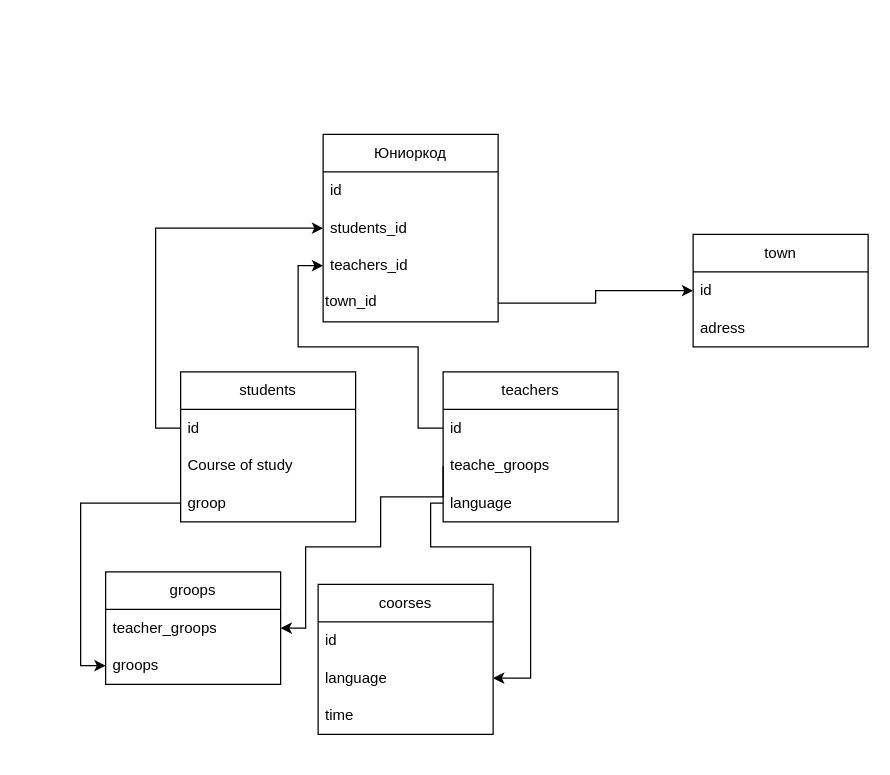
This is Диаграмма без названия.drawio from Zakharrrrr/dzhay, a draw.io file, before an edit. Source tidied: cells renumbered, new cells numbered last; positions are measured from the earlier drawing's top-left corner, leaving out a move shared by most shapes. Both pictures are drawn from the tidied source at 125%, with x=0, y=0 at pixel (105, 134).
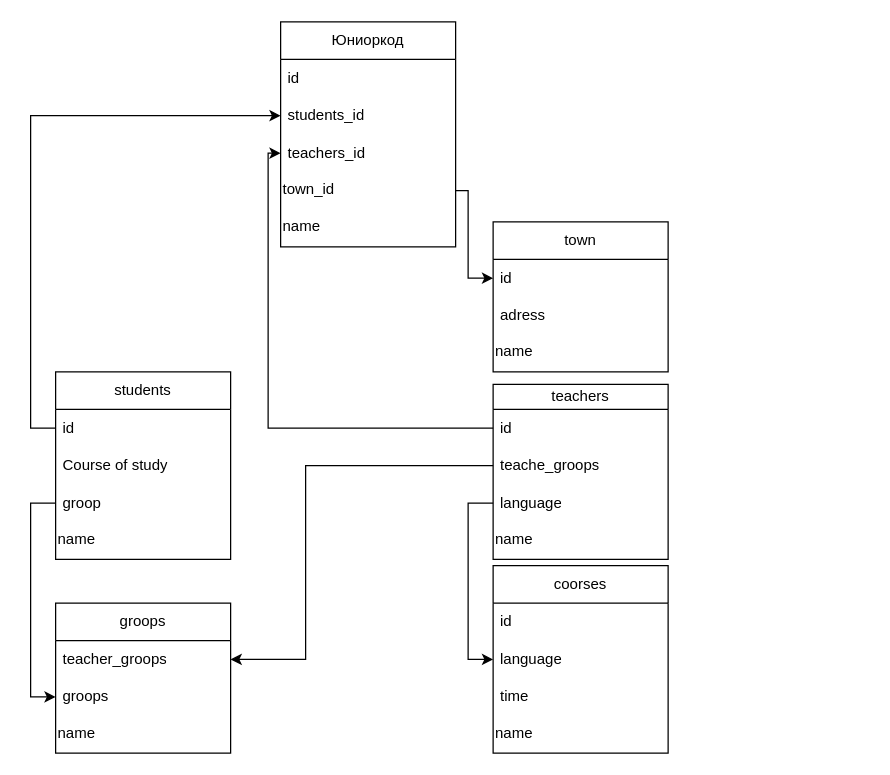
Above is the later version.

Unchanged cells that the change refers to:
```xml
<mxCell id="5" value="teachers_id" style="text;strokeColor=none;fillColor=none;align=left;verticalAlign=middle;spacingLeft=4;spacingRight=4;overflow=hidden;points=[[0,0.5],[1,0.5]];portConstraint=eastwest;whiteSpace=wrap;html=1;" parent="2" vertex="1">
  <mxGeometry y="90" width="140" height="30" as="geometry" />
</mxCell>
<mxCell id="6" value="town_id" style="text;whiteSpace=wrap;html=1;" parent="2" vertex="1">
  <mxGeometry y="120" width="140" height="30" as="geometry" />
</mxCell>
<mxCell id="19" value="language" style="text;strokeColor=none;fillColor=none;align=left;verticalAlign=middle;spacingLeft=4;spacingRight=4;overflow=hidden;points=[[0,0.5],[1,0.5]];portConstraint=eastwest;whiteSpace=wrap;html=1;" parent="17" vertex="1">
  <mxGeometry y="60" width="140" height="30" as="geometry" />
</mxCell>
<mxCell id="23" value="id" style="text;strokeColor=none;fillColor=none;align=left;verticalAlign=middle;spacingLeft=4;spacingRight=4;overflow=hidden;points=[[0,0.5],[1,0.5]];portConstraint=eastwest;whiteSpace=wrap;html=1;" parent="22" vertex="1">
  <mxGeometry y="30" width="140" height="30" as="geometry" />
</mxCell>
<mxCell id="27" value="teacher_groops" style="text;strokeColor=none;fillColor=none;align=left;verticalAlign=middle;spacingLeft=4;spacingRight=4;overflow=hidden;points=[[0,0.5],[1,0.5]];portConstraint=eastwest;whiteSpace=wrap;html=1;" parent="26" vertex="1">
  <mxGeometry y="30" width="140" height="30" as="geometry" />
</mxCell>
```

What changed in the source:
```diff
@@
     <mxCell id="2" value="Юниоркод" style="swimlane;fontStyle=0;horizontal=1;startSize=30;whiteSpace=wrap;html=1;" parent="1" vertex="1">
-      <mxGeometry x="174" width="140" height="150" as="geometry" />
+      <mxGeometry x="140" y="-90" width="140" height="180" as="geometry" />
     </mxCell>
@@
+    <mxCell id="31" value="name" style="text;whiteSpace=wrap;html=1;" parent="2" vertex="1">
+      <mxGeometry y="150" width="140" height="30" as="geometry" />
+    </mxCell>
     <mxCell id="7" value="students" style="swimlane;fontStyle=0;horizontal=1;startSize=30;whiteSpace=wrap;html=1;" parent="1" vertex="1">
-      <mxGeometry x="60" y="190" width="140" height="120" as="geometry" />
+      <mxGeometry x="-40" y="190" width="140" height="150" as="geometry" />
     </mxCell>
@@
+    <mxCell id="32" value="name" style="text;whiteSpace=wrap;html=1;" parent="7" vertex="1">
+      <mxGeometry y="120" width="140" height="30" as="geometry" />
+    </mxCell>
-    <mxCell id="11" value="teachers" style="swimlane;fontStyle=0;horizontal=1;startSize=30;whiteSpace=wrap;html=1;" parent="1" vertex="1">
-      <mxGeometry x="270" y="190" width="140" height="120" as="geometry" />
+    <mxCell id="11" value="teachers" style="swimlane;fontStyle=0;horizontal=1;startSize=20;whiteSpace=wrap;html=1;" parent="1" vertex="1">
+      <mxGeometry x="310" y="200" width="140" height="140" as="geometry" />
     </mxCell>
     <mxCell id="12" value="id" style="text;strokeColor=none;fillColor=none;align=left;verticalAlign=middle;spacingLeft=4;spacingRight=4;overflow=hidden;points=[[0,0.5],[1,0.5]];portConstraint=eastwest;whiteSpace=wrap;html=1;" parent="11" vertex="1">
-      <mxGeometry y="30" width="140" height="30" as="geometry" />
+      <mxGeometry y="20" width="140" height="30" as="geometry" />
     </mxCell>
     <mxCell id="13" value="teache_&lt;span style=&quot;background-color: initial;&quot;&gt;groops&lt;/span&gt;" style="text;strokeColor=none;fillColor=none;align=left;verticalAlign=middle;spacingLeft=4;spacingRight=4;overflow=hidden;points=[[0,0.5],[1,0.5]];portConstraint=eastwest;whiteSpace=wrap;html=1;" parent="11" vertex="1">
-      <mxGeometry y="60" width="140" height="30" as="geometry" />
+      <mxGeometry y="50" width="140" height="30" as="geometry" />
     </mxCell>
     <mxCell id="14" value="language" style="text;strokeColor=none;fillColor=none;align=left;verticalAlign=middle;spacingLeft=4;spacingRight=4;overflow=hidden;points=[[0,0.5],[1,0.5]];portConstraint=eastwest;whiteSpace=wrap;html=1;" parent="11" vertex="1">
-      <mxGeometry y="90" width="140" height="30" as="geometry" />
+      <mxGeometry y="80" width="140" height="30" as="geometry" />
     </mxCell>
+    <mxCell id="33" value="name" style="text;whiteSpace=wrap;html=1;" parent="11" vertex="1">
+      <mxGeometry y="110" width="140" height="30" as="geometry" />
+    </mxCell>
@@
     <mxCell id="16" style="edgeStyle=orthogonalEdgeStyle;rounded=0;jettySize=auto;html=1;exitX=0;exitY=0.5;exitDx=0;exitDy=0;entryX=0;entryY=0.5;entryDx=0;entryDy=0;" parent="1" edge="1" source="12" target="5">
       <mxGeometry relative="1" as="geometry">
         <Array as="points">
-          <mxPoint x="250" y="235" />
-          <mxPoint x="250" y="170" />
-          <mxPoint x="154" y="170" />
-          <mxPoint x="154" y="105" />
+          <mxPoint x="130" y="235" />
+          <mxPoint x="130" y="15" />
         </Array>
       </mxGeometry>
     </mxCell>
     <mxCell id="17" value="coorses" style="swimlane;fontStyle=0;horizontal=1;startSize=30;whiteSpace=wrap;html=1;" parent="1" vertex="1">
-      <mxGeometry x="170" y="360" width="140" height="120" as="geometry" />
+      <mxGeometry x="310" y="345" width="140" height="150" as="geometry" />
     </mxCell>
@@
-    <mxCell id="21" style="edgeStyle=orthogonalEdgeStyle;rounded=0;jettySize=auto;html=1;entryX=1;entryY=0.5;entryDx=0;entryDy=0;exitX=0;exitY=0.5;exitDx=0;exitDy=0;" parent="1" edge="1" source="14" target="19">
-      <mxGeometry relative="1" as="geometry">
-        <Array as="points">
-          <mxPoint x="260" y="295" />
-          <mxPoint x="260" y="330" />
-          <mxPoint x="340" y="330" />
-          <mxPoint x="340" y="435" />
-        </Array>
-      </mxGeometry>
-    </mxCell>
+    <mxCell id="34" value="name" style="text;whiteSpace=wrap;html=1;" parent="17" vertex="1">
+      <mxGeometry y="120" width="140" height="30" as="geometry" />
+    </mxCell>
     <mxCell id="22" value="town" style="swimlane;fontStyle=0;horizontal=1;startSize=30;whiteSpace=wrap;html=1;" parent="1" vertex="1">
-      <mxGeometry x="470" y="80" width="140" height="90" as="geometry" />
+      <mxGeometry x="310" y="70" width="140" height="120" as="geometry" />
     </mxCell>
@@
+    <mxCell id="35" value="name" style="text;whiteSpace=wrap;html=1;" parent="22" vertex="1">
+      <mxGeometry y="90" width="140" height="30" as="geometry" />
+    </mxCell>
     <mxCell id="25" style="edgeStyle=orthogonalEdgeStyle;rounded=0;jettySize=auto;html=1;exitX=1;exitY=0.5;exitDx=0;exitDy=0;entryX=0;entryY=0.5;entryDx=0;entryDy=0;" parent="1" edge="1" source="6" target="23">
-      <mxGeometry relative="1" as="geometry" />
+      <mxGeometry relative="1" as="geometry">
+        <Array as="points">
+          <mxPoint x="290" y="45" />
+          <mxPoint x="290" y="115" />
+        </Array>
+      </mxGeometry>
     </mxCell>
     <mxCell id="26" value="groops" style="swimlane;fontStyle=0;horizontal=1;startSize=30;whiteSpace=wrap;html=1;" parent="1" vertex="1">
-      <mxGeometry y="350" width="140" height="90" as="geometry" />
+      <mxGeometry x="-40" y="375" width="140" height="120" as="geometry" />
     </mxCell>
@@
+    <mxCell id="36" value="name" style="text;whiteSpace=wrap;html=1;" parent="26" vertex="1">
+      <mxGeometry y="90" width="140" height="30" as="geometry" />
+    </mxCell>
     <mxCell id="29" style="edgeStyle=orthogonalEdgeStyle;rounded=0;jettySize=auto;html=1;exitX=0;exitY=0.5;exitDx=0;exitDy=0;entryX=1;entryY=0.5;entryDx=0;entryDy=0;" parent="1" edge="1" source="13" target="27">
       <mxGeometry relative="1" as="geometry">
         <Array as="points">
-          <mxPoint x="270" y="290" />
-          <mxPoint x="220" y="290" />
-          <mxPoint x="220" y="330" />
-          <mxPoint x="160" y="330" />
-          <mxPoint x="160" y="395" />
+          <mxPoint x="160" y="265" />
+          <mxPoint x="160" y="420" />
         </Array>
       </mxGeometry>
     </mxCell>
@@
+    <mxCell id="21" style="edgeStyle=orthogonalEdgeStyle;rounded=0;jettySize=auto;html=1;exitX=0;exitY=0.5;exitDx=0;exitDy=0;entryX=0;entryY=0.5;entryDx=0;entryDy=0;" parent="1" edge="1" source="14" target="19">
+      <mxGeometry relative="1" as="geometry" />
+    </mxCell>
```
